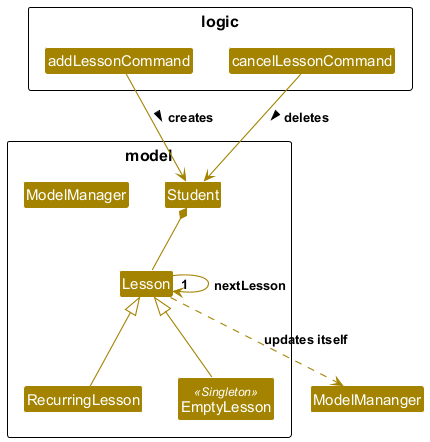
AY2526S1-CS2103T-F09-2/tp keeps this PlantUML diagram as docs/images/LessonClassDiagram.png. Above is the earlier version. Source of this version:
```plantuml
@startuml  LessonClassDiagram
!include style.puml
skinparam arrowThickness 1.1
skinparam arrowColor STORAGE_COLOR
skinparam classBackgroundColor STORAGE_COLOR

package model {

class Student

class Lesson {
  _-EMPTY: EmptyLesson
  -lessonDate: LocalDate
  _+getEmpty(): Lesson
  +getNextLesson(): Lesson
}

class RecurringLesson {
  -interval: Integer
}

class EmptyLesson <<Singleton>>

class ModelManager

}

package logic {
class addLessonCommand
class cancelLessonCommand
}

Lesson <|-- RecurringLesson
Lesson <|-- EmptyLesson




Lesson  --> "1" Lesson : nextLesson
addLessonCommand --> Student: creates >
cancelLessonCommand --> Student: deletes >
Lesson ..> ModelMananger: updates itself

Student *-- Lesson

@enduml
```
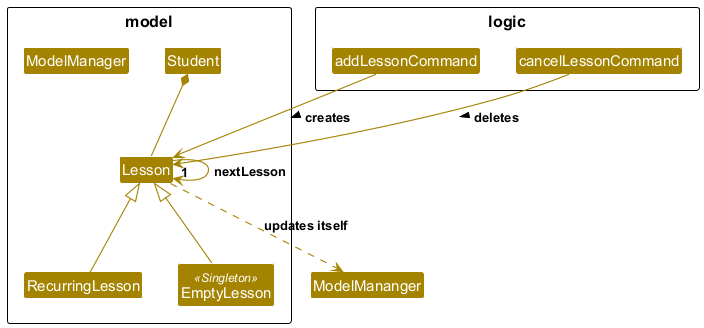
After the change.

Commit message:
Update the correct lesson diagram

Change to the diagram source:
```diff
@@ -37,8 +37,8 @@
 
 
 Lesson  --> "1" Lesson : nextLesson
-addLessonCommand --> Student: creates >
-cancelLessonCommand --> Student: deletes >
+addLessonCommand --> Lesson: creates >
+cancelLessonCommand --> Lesson: deletes >
 Lesson ..> ModelMananger: updates itself
 
 Student *-- Lesson
```
